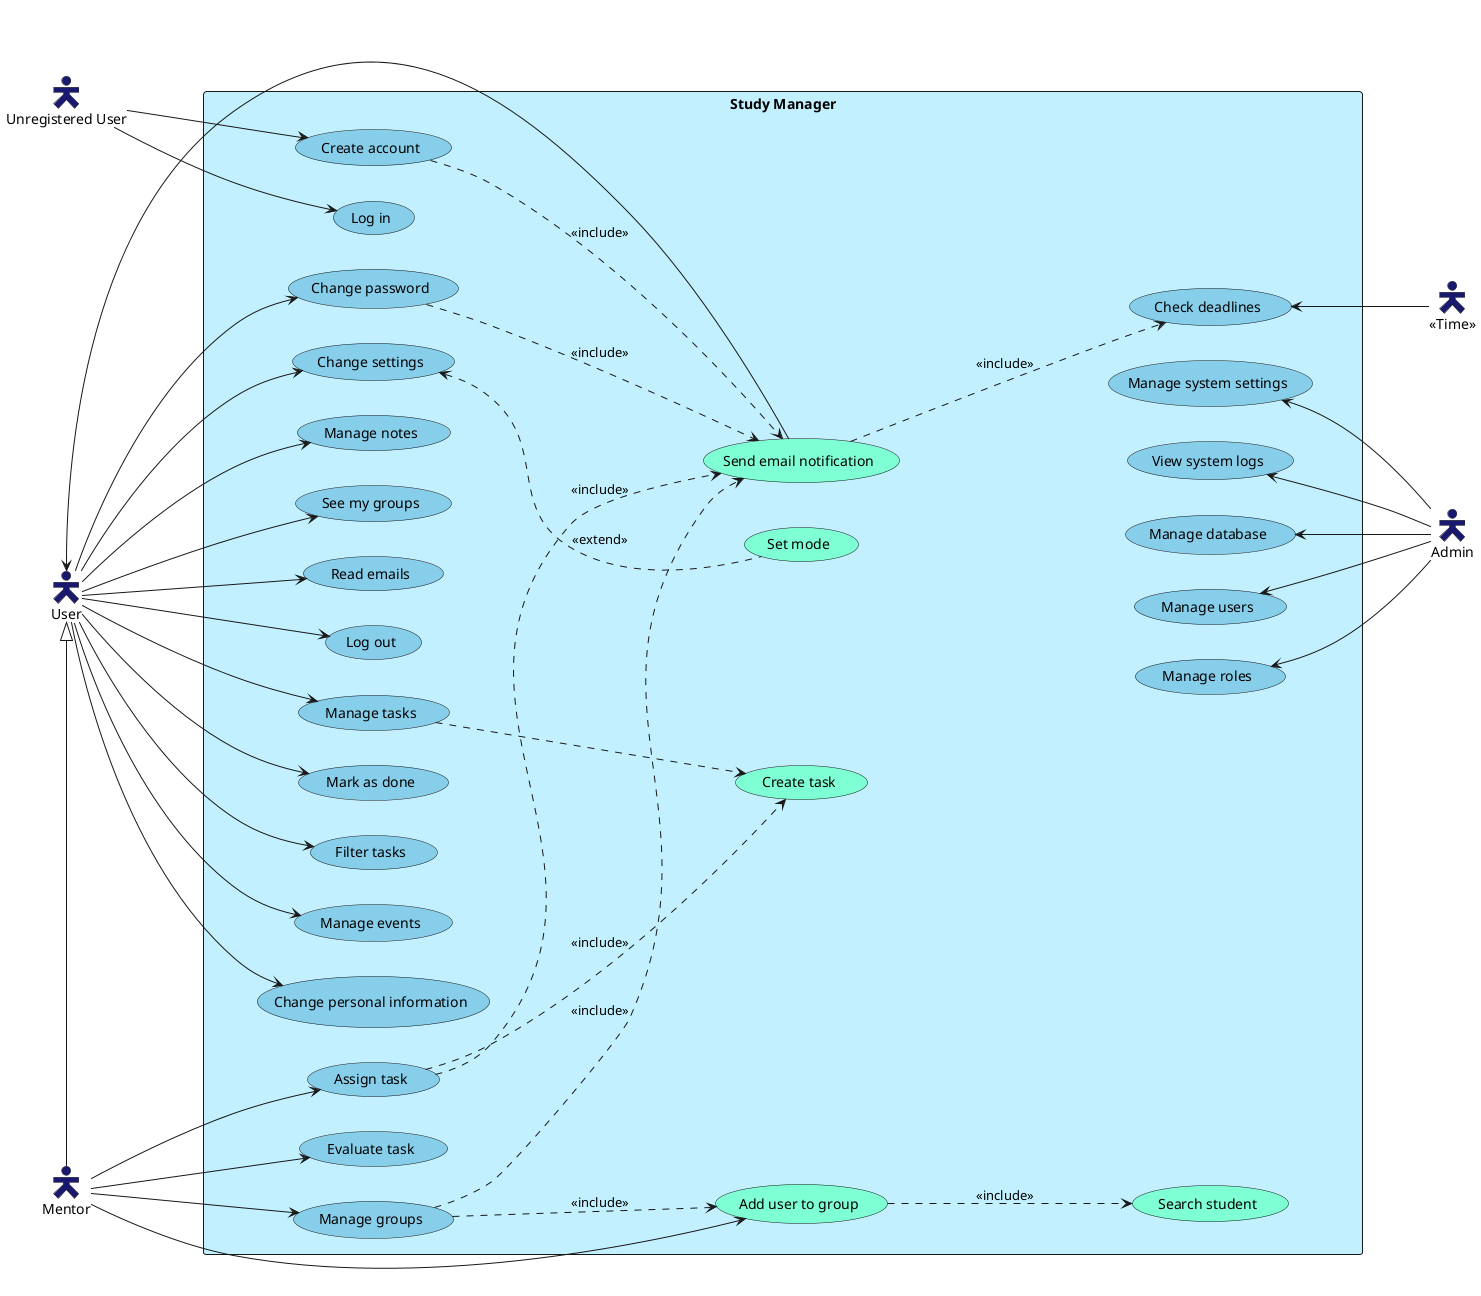
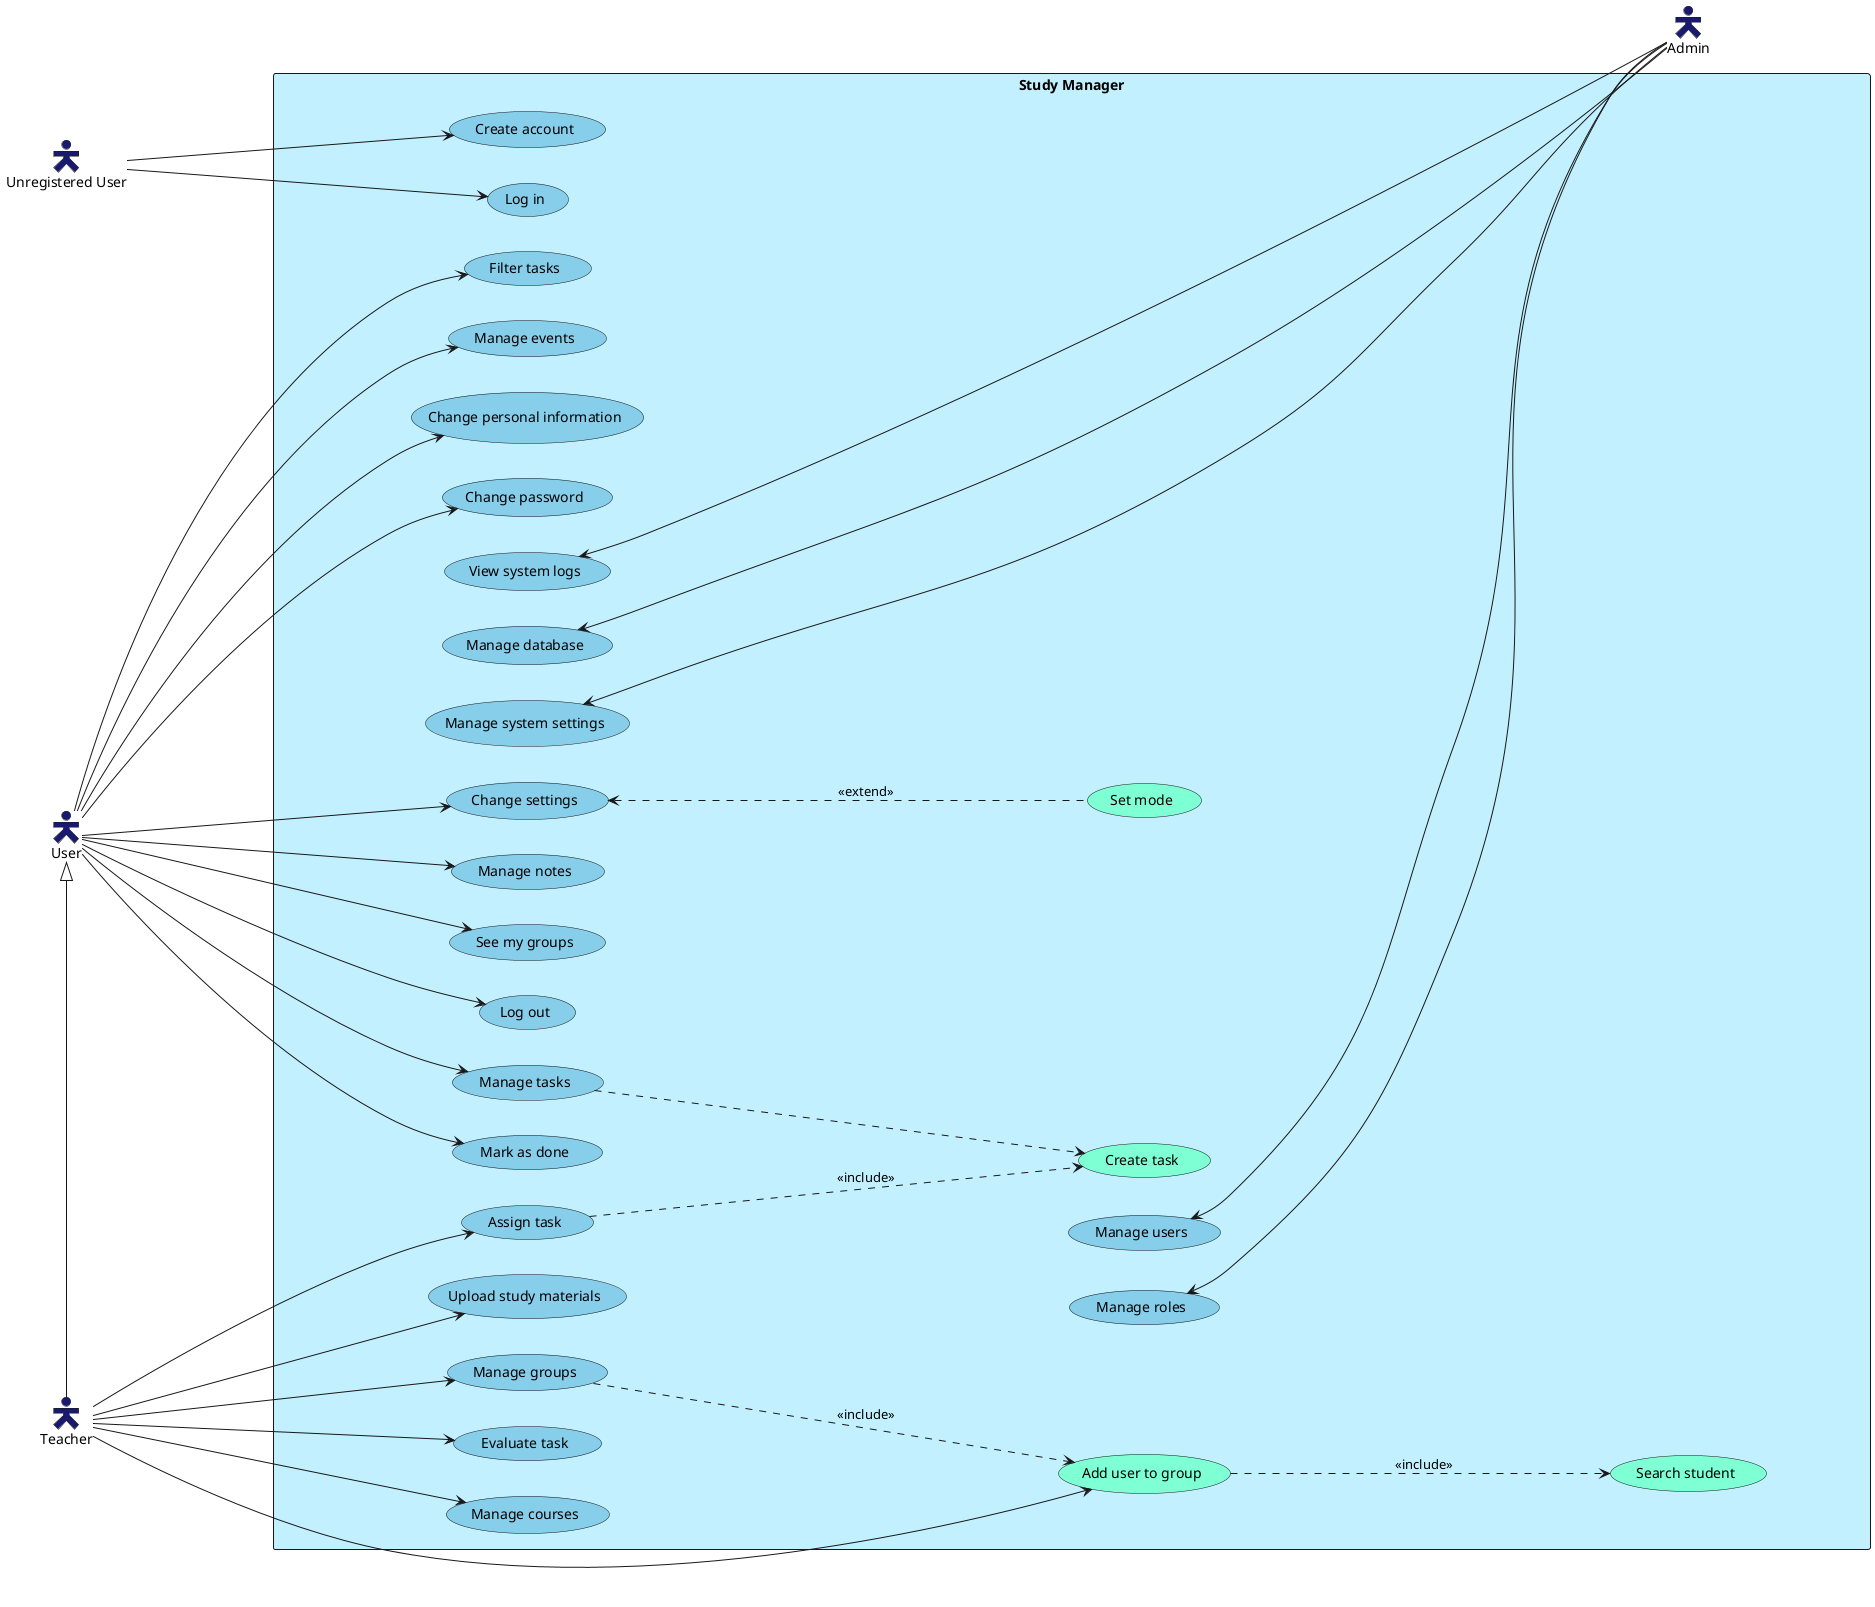
' PlantUML Use Case Diagram

' For preview in VSCode:
' 1. you need to have Java and Graphviz installed on your system
' 2. install the "PlantUML" extension by jebbs
' 3. right click -> "Preview Current Diagram" or Alt + D

- ' Manage ~~ CRUD operations for tasks, events, notes, groups
- 
@startuml Study Manager

!pragma ratio 0.80

left to right direction

- ' Style: (colors from https://sarafian.github.io/assets/images/posts/plantuml/2021-02-24-plantuml-tips-tricks-1/colors.svg)
+ ' Style:
skinparam UsecaseBackgroundColor SkyBlue
skinparam RectangleBackgroundColor APPLICATION
skinparam ActorBackgroundColor MidnightBlue
skinparam ActorStyle Hollow

' Actors:
actor "Unregistered User" as unregisteredUser
actor "User" as user
- actor "Mentor" as mentor
+ actor "Teacher" as teacher
actor "Admin" as admin
- 'actor "<<System>>" as system
- actor "<<Time>>" as time

' System boundary:
rectangle "Study Manager" as studyManager {
    ' unregistered user
    usecase "Create account" as createAccount
    usecase "Log in" as logIn

    ' logged in user
    usecase "Manage tasks" as manageTask
-     ' usecase "Search task" as searchTask
    usecase "Mark as done" as markDone
    usecase "Filter tasks" as filter
    usecase "Create task" as createTask #aquamarine

    usecase "Manage events" as manageEvent
-     ' usecase "Import calendar" as importCal
-     ' usecase "See calendar" as seeCal

    usecase "Change personal information" as changePersonalInfo
    usecase "Change password" as changePassword
    usecase "Change settings" as settings
-     ' usecase "Set language" as setLanguage #aquamarine
    usecase "Set mode" as setMode #aquamarine

    usecase "Manage notes" as manageNotes
    usecase "See my groups" as seeGroups
-     usecase "Read emails" as readEmails
    usecase "Log out" as logOut

-     ' usecase "Start timer" as startTimer
-     ' usecase "See timer history" as timerHistory
- 
-     ' mentor
+     ' teacher
    usecase "Manage groups" as manageGroup
    usecase "Add user to group" as addUserToGroup #aquamarine
    usecase "Assign task" as assignTask
    usecase "Search student" as searchUser #aquamarine
    usecase "Evaluate task" as evaluateTask
-     ' usecase "Message group" as messageGroup
+     usecase "Manage courses" as manageCourses
+     usecase "Upload study materials" as uploadMaterials

-     'admin or system
-     usecase "Check deadlines" as checkDeadlines
-     usecase "Send email notification" as sendNotification #aquamarine
+     ' admin
    usecase "Manage users" as manageUsers
    usecase "Manage roles" as manageRoles
    usecase "Manage system settings" as manageSystemSettings
    usecase "View system logs" as viewLogs
    usecase "Manage database" as manageDatabase
}

' Generalizations
- mentor -[norank]-|> user
+ teacher -[norank]-|> user

' Includes and extends
- ' settings ..> setLanguage : <<include>>
settings <.. setMode : <<extend>>
- sendNotification ..> checkDeadlines : <<include>>
- createAccount ..> sendNotification : <<include>>
- changePassword ..> sendNotification : <<include>>
- manageGroup ..> sendNotification : <<include>>
- assignTask ..> sendNotification : <<include>>
manageGroup ..> addUserToGroup : <<include>>
addUserToGroup ..> searchUser : <<include>>
assignTask ..> createTask : <<include>>
manageTask ..> createTask

' Associations:
unregisteredUser --> createAccount
unregisteredUser --> logIn

user --> manageTask
- 'user --> searchTask
user --> markDone
user --> filter
- 
user --> manageEvent
- 'user --> importCal
- 'user --> seeCal
- 
user --> changePersonalInfo
user --> changePassword
user --> settings
- 
user --> manageNotes
user --> seeGroups
- user --> readEmails
user --> logOut
- sendNotification --> user

- mentor --> manageGroup
- mentor --> addUserToGroup
- mentor --> assignTask
- mentor --> evaluateTask
+ teacher --> manageGroup
+ teacher --> addUserToGroup
+ teacher --> assignTask
+ teacher --> evaluateTask
+ teacher --> manageCourses
+ teacher --> uploadMaterials

- checkDeadlines <-- time
manageUsers <-- admin
manageRoles <-- admin
manageSystemSettings <-- admin
viewLogs <-- admin
manageDatabase <-- admin

- ' For layout purposes:
- sendNotification <-[hidden]- viewLogs
- sendNotification <-[hidden]- manageUsers
- sendNotification <-[hidden]- manageRoles
- sendNotification <-[hidden]- manageSystemSettings
- sendNotification <-[hidden]- manageDatabase
- seeGroups <-[hidden]- sendNotification
+ ' Layout hints
manageGroup <-[hidden]- manageRoles
+ uploadMaterials <-[hidden]- manageUsers

@enduml
